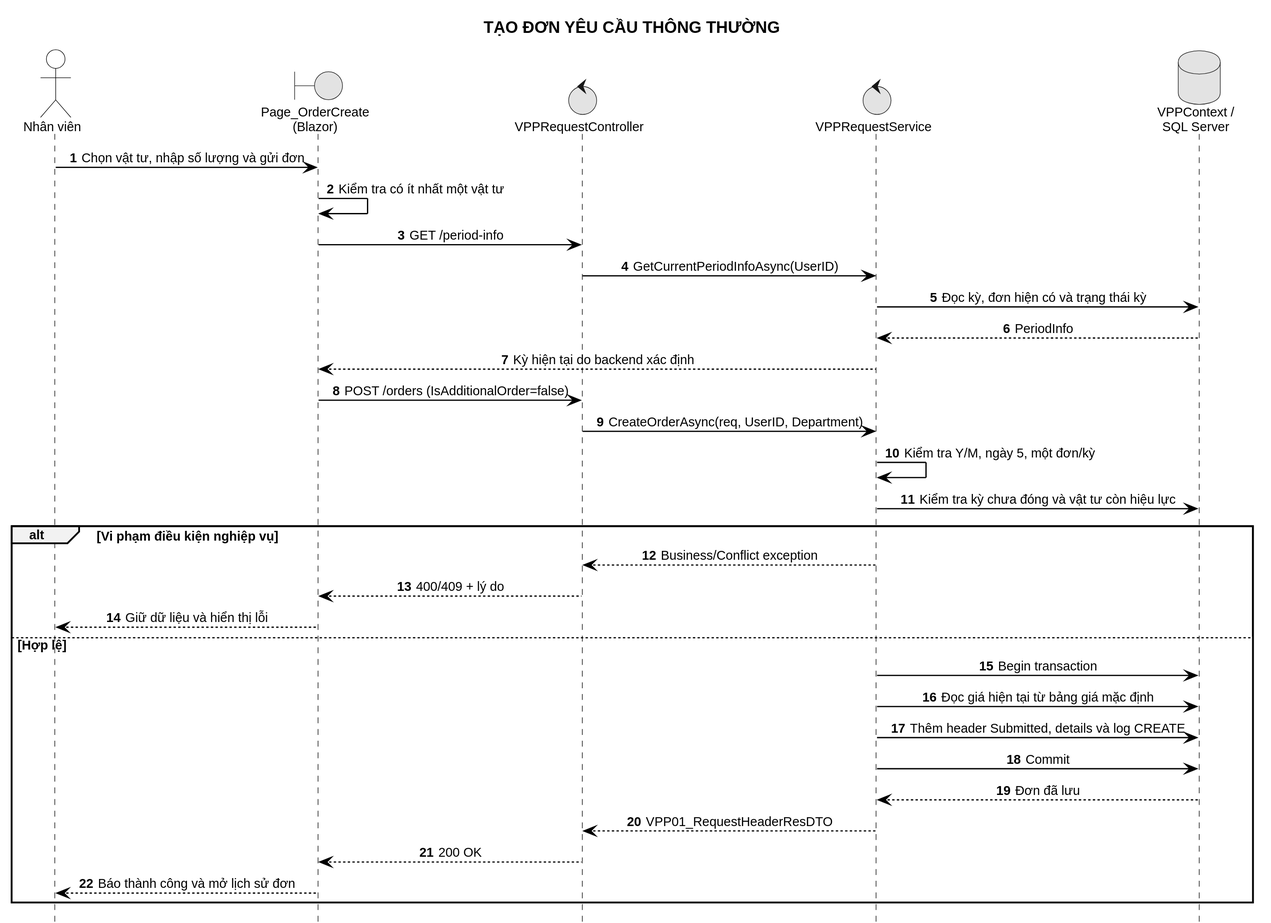
Earlier version of the PlantUML export LVTN/diagrams/ch03/sequence-create-regular-request.svg (Miikey24s/gtas_vpp).
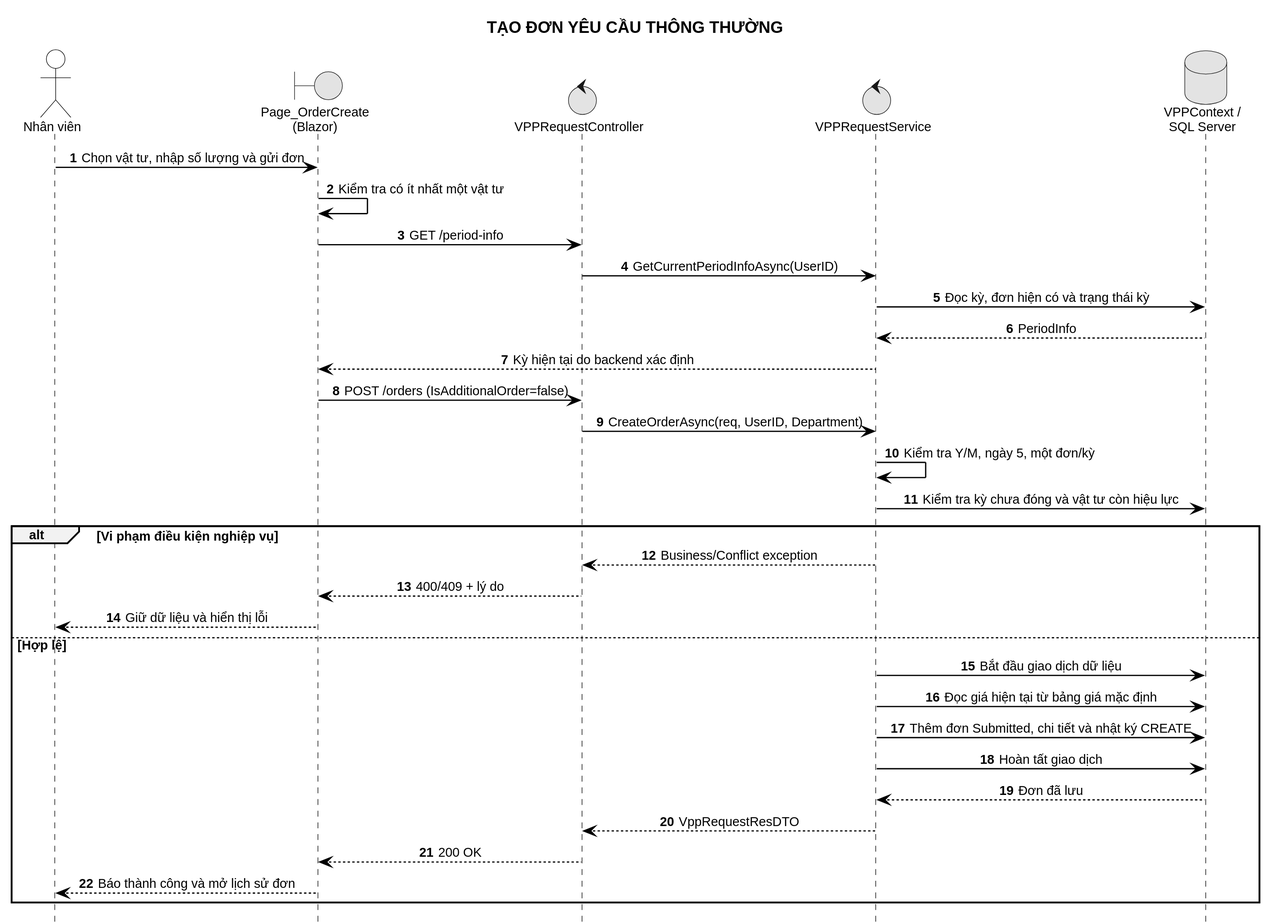
The same diagram one commit later.

What changed in the source:
```diff
@@ -25,12 +25,12 @@
   API --> FE : 400/409 + lý do
   FE --> User : Giữ dữ liệu và hiển thị lỗi
 else Hợp lệ
-  Service -> DB : Begin transaction
+  Service -> DB : Bắt đầu giao dịch dữ liệu
   Service -> DB : Đọc giá hiện tại từ bảng giá mặc định
-  Service -> DB : Thêm header Submitted, details và log CREATE
-  Service -> DB : Commit
+  Service -> DB : Thêm đơn Submitted, chi tiết và nhật ký CREATE
+  Service -> DB : Hoàn tất giao dịch
   DB --> Service : Đơn đã lưu
-  Service --> API : VPP01_RequestHeaderResDTO
+  Service --> API : VppRequestResDTO
   API --> FE : 200 OK
   FE --> User : Báo thành công và mở lịch sử đơn
 end
```
